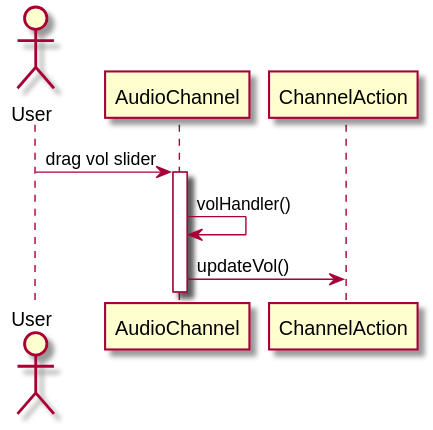
Earlier version of the PlantUML export out/sequence_diagram/updateVol/updateVol.svg (austudio-team/austudio-uml-graph).
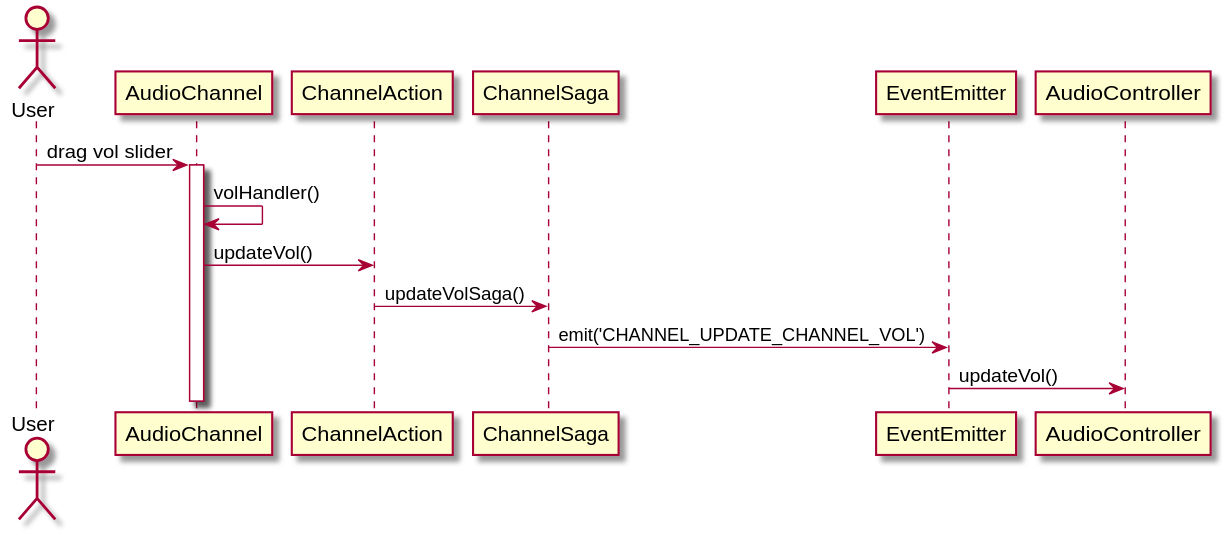
After the change.

Change to the diagram source:
```diff
@@ -5,5 +5,7 @@
 activate AudioChannel
 AudioChannel -> AudioChannel: volHandler()
 AudioChannel -> ChannelAction: updateVol()
-
+ChannelAction -> ChannelSaga: updateVolSaga()
+ChannelSaga -> EventEmitter: emit('CHANNEL_UPDATE_CHANNEL_VOL')
+EventEmitter -> AudioController: updateVol()
 @enduml
```
